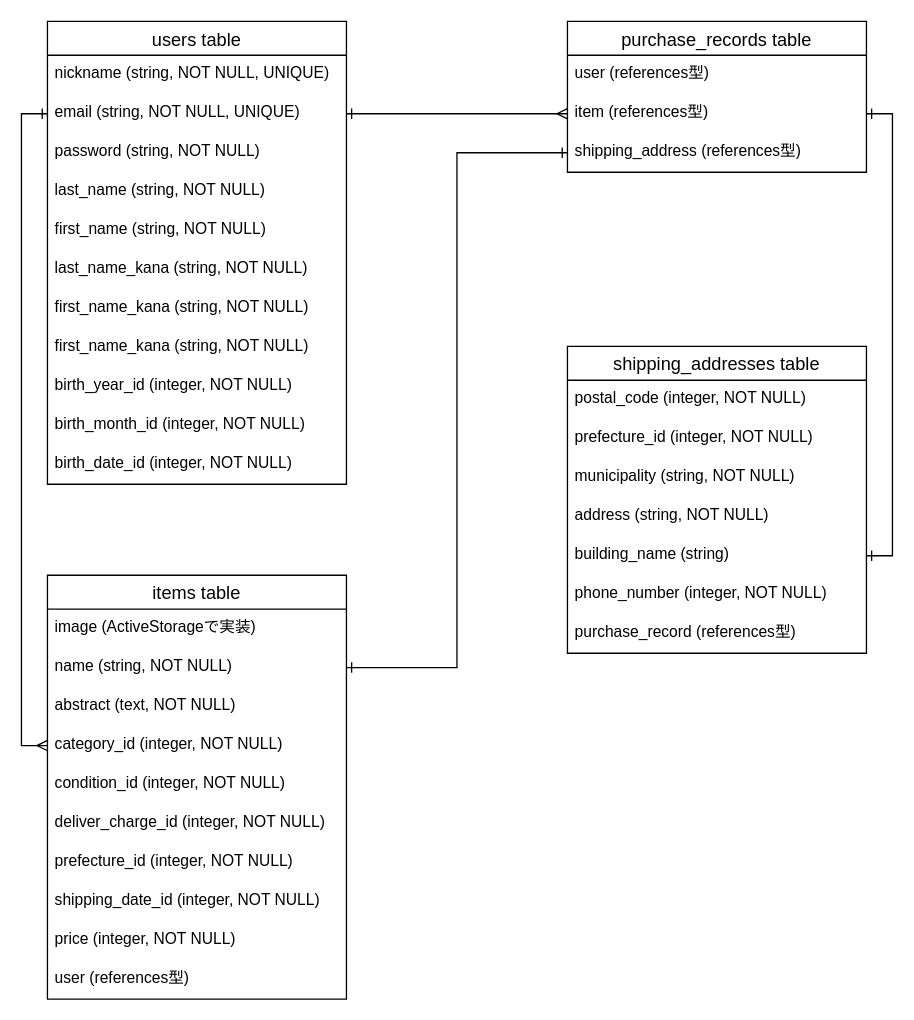
This is furima-31741.dio from KeiIchi-74/furima-31741, a draw.io file, before an edit. Source tidied: cells renumbered, new cells numbered last; positions are measured from the earlier drawing's top-left corner, leaving out a move shared by most shapes. Both pictures are drawn from the tidied source at 130%, with x=0, y=0 at pixel (47, 21).
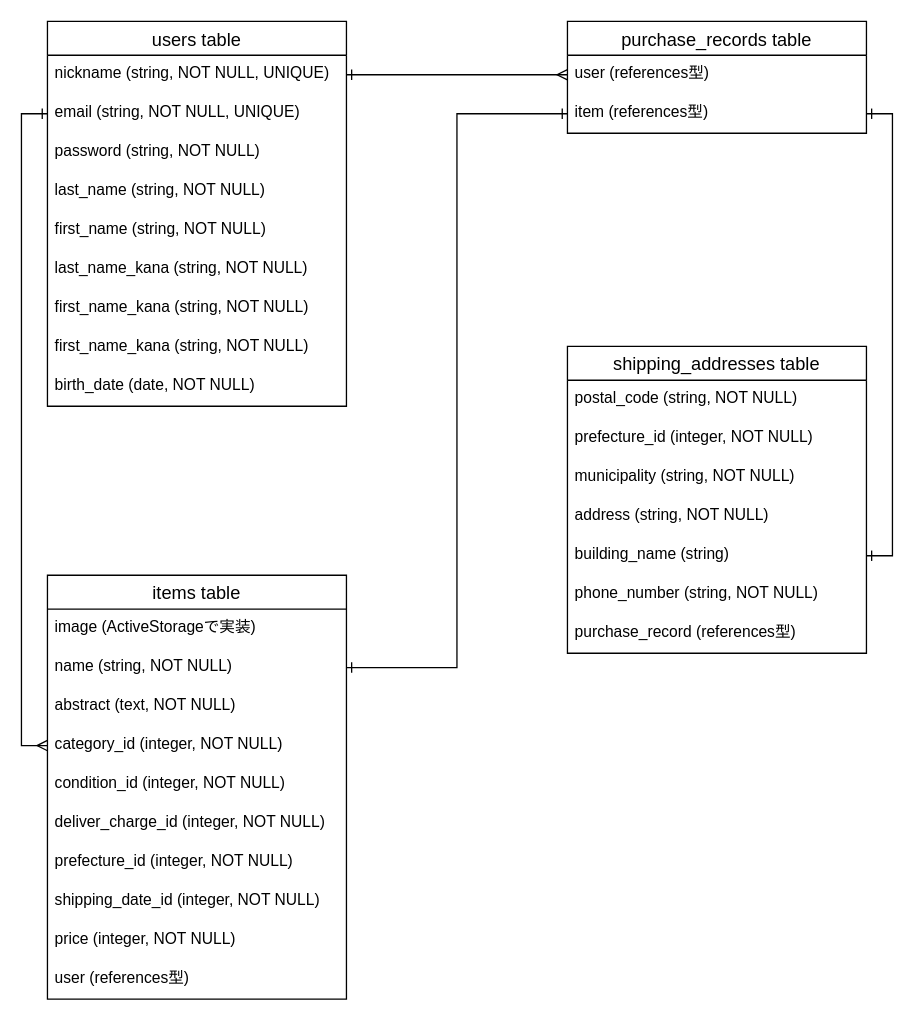
Above is the later version.

The change refers to these unchanged cells:
```xml
<mxCell id="3" value="nickname (string, NOT NULL, UNIQUE)" style="text;strokeColor=none;fillColor=none;spacingLeft=4;spacingRight=4;overflow=hidden;points=[[0,0.5],[1,0.5]];portConstraint=eastwest;fontSize=12;" parent="2" vertex="1">
  <mxGeometry y="26" width="230" height="30" as="geometry" />
</mxCell>
<mxCell id="4" value="email (string, NOT NULL, UNIQUE)" style="text;strokeColor=none;fillColor=none;spacingLeft=4;spacingRight=4;overflow=hidden;points=[[0,0.5],[1,0.5]];portConstraint=eastwest;fontSize=12;" parent="2" vertex="1">
  <mxGeometry y="56" width="230" height="30" as="geometry" />
</mxCell>
<mxCell id="15" value="user (references型)" style="text;strokeColor=none;fillColor=none;spacingLeft=4;spacingRight=4;overflow=hidden;points=[[0,0.5],[1,0.5]];portConstraint=eastwest;fontSize=12;" parent="14" vertex="1">
  <mxGeometry y="26" width="230" height="30" as="geometry" />
</mxCell>
<mxCell id="16" value="item (references型)" style="text;strokeColor=none;fillColor=none;spacingLeft=4;spacingRight=4;overflow=hidden;points=[[0,0.5],[1,0.5]];portConstraint=eastwest;fontSize=12;" parent="14" vertex="1">
  <mxGeometry y="56" width="230" height="30" as="geometry" />
</mxCell>
<mxCell id="23" value="name (string, NOT NULL)" style="text;strokeColor=none;fillColor=none;spacingLeft=4;spacingRight=4;overflow=hidden;points=[[0,0.5],[1,0.5]];portConstraint=eastwest;fontSize=12;" parent="21" vertex="1">
  <mxGeometry y="56" width="230" height="30" as="geometry" />
</mxCell>
<mxCell id="32" value="shipping_addresses table" style="swimlane;fontStyle=0;horizontal=1;startSize=26;align=center;fontSize=14;" parent="1" vertex="1">
  <mxGeometry x="400" y="250" width="230" height="236" as="geometry" />
</mxCell>
```

Change to the diagram source:
```diff
@@
     <mxCell id="2" value="users table" style="swimlane;fontStyle=0;horizontal=1;startSize=26;align=center;fontSize=14;" parent="1" vertex="1">
-      <mxGeometry width="230" height="356" as="geometry" />
+      <mxGeometry width="230" height="296" as="geometry" />
     </mxCell>
@@
-    <mxCell id="11" value="birth_year_id (integer, NOT NULL)" style="text;strokeColor=none;fillColor=none;spacingLeft=4;spacingRight=4;overflow=hidden;fontSize=12;" parent="2" vertex="1">
+    <mxCell id="11" value="birth_date (date, NOT NULL)" style="text;strokeColor=none;fillColor=none;spacingLeft=4;spacingRight=4;overflow=hidden;fontSize=12;" parent="2" vertex="1">
       <mxGeometry y="266" width="230" height="30" as="geometry" />
     </mxCell>
-    <mxCell id="12" value="birth_month_id (integer, NOT NULL)" style="text;strokeColor=none;fillColor=none;spacingLeft=4;spacingRight=4;overflow=hidden;fontSize=12;" parent="2" vertex="1">
-      <mxGeometry y="296" width="230" height="30" as="geometry" />
-    </mxCell>
-    <mxCell id="13" value="birth_date_id (integer, NOT NULL)" style="text;strokeColor=none;fillColor=none;spacingLeft=4;spacingRight=4;overflow=hidden;fontSize=12;" parent="2" vertex="1">
-      <mxGeometry y="326" width="230" height="30" as="geometry" />
-    </mxCell>
     <mxCell id="14" value="purchase_records table" style="swimlane;fontStyle=0;horizontal=1;startSize=26;align=center;fontSize=14;" parent="1" vertex="1">
-      <mxGeometry x="400" width="230" height="116" as="geometry" />
+      <mxGeometry x="400" width="230" height="86" as="geometry" />
     </mxCell>
@@
-    <mxCell id="17" value="shipping_address (references型)" style="text;strokeColor=none;fillColor=none;spacingLeft=4;spacingRight=4;overflow=hidden;points=[[0,0.5],[1,0.5]];portConstraint=eastwest;fontSize=12;" parent="14" vertex="1">
-      <mxGeometry y="86" width="230" height="30" as="geometry" />
-    </mxCell>
@@
-    <mxCell id="19" style="edgeStyle=orthogonalEdgeStyle;rounded=0;jettySize=auto;html=1;exitX=1;exitY=0.5;exitDx=0;exitDy=0;endArrow=ERone;endFill=0;startArrow=ERone;startFill=0;entryX=0;entryY=0.5;entryDx=0;entryDy=0;" parent="1" edge="1" source="23" target="17">
+    <mxCell id="19" style="edgeStyle=orthogonalEdgeStyle;rounded=0;jettySize=auto;html=1;exitX=1;exitY=0.5;exitDx=0;exitDy=0;endArrow=ERone;endFill=0;startArrow=ERone;startFill=0;entryX=0;entryY=0.5;entryDx=0;entryDy=0;" parent="1" edge="1" source="23" target="16">
       <mxGeometry relative="1" as="geometry" />
     </mxCell>
-    <mxCell id="20" style="edgeStyle=orthogonalEdgeStyle;rounded=0;jettySize=auto;html=1;exitX=1;exitY=0.5;exitDx=0;exitDy=0;entryX=0;entryY=0.5;entryDx=0;entryDy=0;endArrow=ERmany;endFill=0;startArrow=ERone;startFill=0;" parent="1" edge="1" source="4" target="16">
-      <mxGeometry relative="1" as="geometry" />
-    </mxCell>
@@
-    <mxCell id="33" value="postal_code (integer, NOT NULL)" style="text;strokeColor=none;fillColor=none;spacingLeft=4;spacingRight=4;overflow=hidden;fontSize=12;" parent="32" vertex="1">
+    <mxCell id="33" value="postal_code (string, NOT NULL)" style="text;strokeColor=none;fillColor=none;spacingLeft=4;spacingRight=4;overflow=hidden;fontSize=12;" parent="32" vertex="1">
       <mxGeometry y="26" width="230" height="30" as="geometry" />
     </mxCell>
@@
-    <mxCell id="38" value="phone_number (integer, NOT NULL)" style="text;strokeColor=none;fillColor=none;spacingLeft=4;spacingRight=4;overflow=hidden;fontSize=12;" parent="32" vertex="1">
+    <mxCell id="38" value="phone_number (string, NOT NULL)" style="text;strokeColor=none;fillColor=none;spacingLeft=4;spacingRight=4;overflow=hidden;fontSize=12;" parent="32" vertex="1">
       <mxGeometry y="176" width="230" height="30" as="geometry" />
     </mxCell>
@@
+    <mxCell id="41" style="edgeStyle=orthogonalEdgeStyle;rounded=0;jettySize=auto;html=1;exitX=1;exitY=0.5;exitDx=0;exitDy=0;entryX=0;entryY=0.5;entryDx=0;entryDy=0;endArrow=ERmany;endFill=0;startArrow=ERone;startFill=0;" parent="1" edge="1" source="3" target="15">
+      <mxGeometry relative="1" as="geometry" />
+    </mxCell>
```
